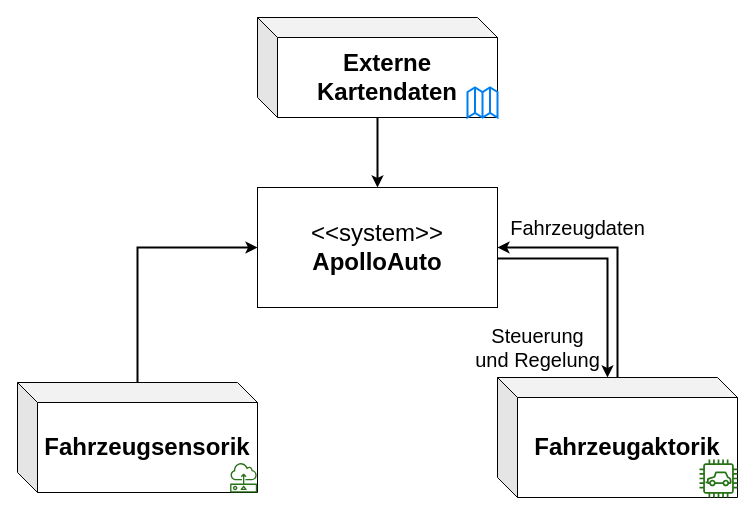
Apollak11/arc42-asciidoc-apolloauto-SSIM keeps this draw.io diagram as images/Fachlicher Kontext.drawio. Above is the earlier version. Source tidied: cells renumbered, new cells numbered last; positions are measured from the earlier drawing's top-left corner, leaving out a move shared by most shapes. Both pictures are drawn from the tidied source at 100%, with x=0, y=0 at pixel (17, 17).
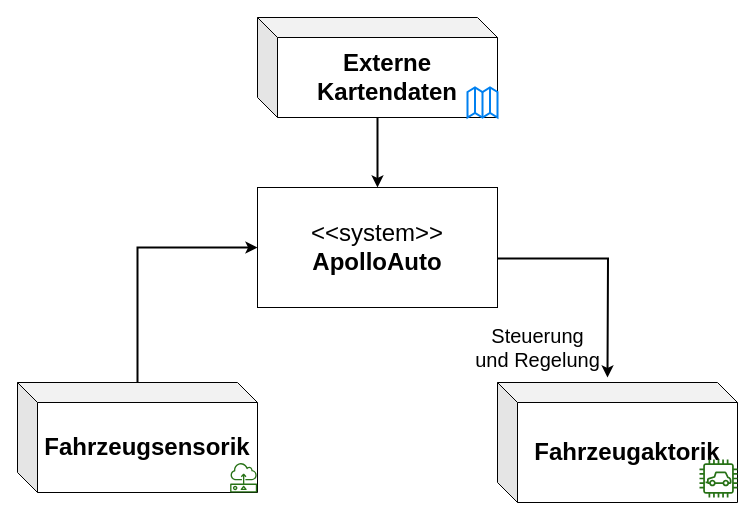
The same diagram, later.

Diff of the diagram source:
```diff
@@
 <mxGraphModel>
   <root>
     <mxCell id="0" />
     <mxCell id="1" parent="0" />
-    <mxCell id="2" value="&lt;div&gt;&lt;font style=&quot;font-size: 20px&quot;&gt;Steuerung &lt;br&gt;&lt;/font&gt;&lt;/div&gt;&lt;div&gt;&lt;font style=&quot;font-size: 20px&quot;&gt;und Regelung&lt;/font&gt;&lt;/div&gt;" style="edgeStyle=orthogonalEdgeStyle;rounded=0;jettySize=auto;html=1;exitX=1;exitY=0.592;exitDx=0;exitDy=0;entryX=0;entryY=0;entryDx=110;entryDy=0;entryPerimeter=0;exitPerimeter=0;strokeWidth=2;" parent="1" edge="1" source="4" target="6">
-      <mxGeometry x="0.74" y="-70" relative="1" as="geometry" />
+    <mxCell id="2" value="&lt;div&gt;&lt;font style=&quot;font-size: 20px&quot;&gt;Steuerung &lt;br&gt;&lt;/font&gt;&lt;/div&gt;&lt;div&gt;&lt;font style=&quot;font-size: 20px&quot;&gt;und Regelung&lt;/font&gt;&lt;/div&gt;" style="edgeStyle=orthogonalEdgeStyle;rounded=0;jettySize=auto;html=1;exitX=1;exitY=0.592;exitDx=0;exitDy=0;exitPerimeter=0;strokeWidth=2;" parent="1" edge="1" source="4">
+      <mxGeometry x="0.74" y="-70" relative="1" as="geometry">
+        <mxPoint x="590" y="360" as="targetPoint" />
+      </mxGeometry>
     </mxCell>
     <mxCell id="3" style="edgeStyle=orthogonalEdgeStyle;rounded=0;jettySize=auto;html=1;exitX=0.5;exitY=0;exitDx=0;exitDy=0;strokeWidth=2;" parent="1" edge="1" source="4">
       <mxGeometry relative="1" as="geometry">
         <mxPoint x="360" y="170" as="targetPoint" />
       </mxGeometry>
     </mxCell>
     <mxCell id="4" value="&lt;div style=&quot;font-size: 24px&quot;&gt;&lt;font style=&quot;font-size: 24px&quot;&gt;&amp;lt;&amp;lt;system&amp;gt;&amp;gt;&lt;/font&gt;&lt;/div&gt;&lt;div style=&quot;font-size: 24px&quot;&gt;&lt;font style=&quot;font-size: 24px&quot;&gt;&lt;b&gt;ApolloAuto&lt;/b&gt;&lt;br&gt;&lt;/font&gt;&lt;/div&gt;" style="rounded=0;whiteSpace=wrap;html=1;" parent="1" vertex="1">
       <mxGeometry x="240" y="170" width="240" height="120" as="geometry" />
     </mxCell>
-    <mxCell id="5" value="&lt;font style=&quot;font-size: 20px&quot;&gt;Fahrzeugdaten&lt;font style=&quot;font-size: 20px&quot;&gt;&lt;br&gt;&lt;/font&gt;&lt;/font&gt;" style="edgeStyle=orthogonalEdgeStyle;rounded=0;jettySize=auto;html=1;entryX=1;entryY=0.5;entryDx=0;entryDy=0;strokeWidth=2;" parent="1" edge="1" source="6" target="4">
-      <mxGeometry x="0.36" y="-20" relative="1" as="geometry" />
-    </mxCell>
     <mxCell id="6" value="&lt;b&gt;&lt;font style=&quot;font-size: 24px&quot;&gt;Fahrzeugaktorik&lt;/font&gt;&lt;/b&gt;" style="shape=cube;whiteSpace=wrap;html=1;boundedLbl=1;backgroundOutline=1;darkOpacity=0.05;darkOpacity2=0.1;direction=east;" parent="1" vertex="1">
-      <mxGeometry x="480" y="360" width="240" height="120" as="geometry" />
+      <mxGeometry x="480" y="365" width="240" height="120" as="geometry" />
     </mxCell>
     <mxCell id="7" style="edgeStyle=orthogonalEdgeStyle;rounded=0;jettySize=auto;html=1;entryX=0;entryY=0.5;entryDx=0;entryDy=0;strokeWidth=2;" parent="1" edge="1" source="8" target="4">
       <mxGeometry relative="1" as="geometry" />
     </mxCell>
     <mxCell id="8" value="&lt;b&gt;&lt;font style=&quot;font-size: 24px&quot;&gt;Fahrzeugsensorik&lt;/font&gt;&lt;/b&gt;" style="shape=cube;whiteSpace=wrap;html=1;boundedLbl=1;backgroundOutline=1;darkOpacity=0.05;darkOpacity2=0.1;direction=east;" parent="1" vertex="1">
       <mxGeometry y="365" width="240" height="110" as="geometry" />
     </mxCell>
     <mxCell id="9" style="edgeStyle=orthogonalEdgeStyle;rounded=0;jettySize=auto;html=1;strokeWidth=2;" parent="1" edge="1" source="10" target="4">
       <mxGeometry relative="1" as="geometry" />
     </mxCell>
     <mxCell id="10" value="&lt;b&gt;&lt;font style=&quot;font-size: 24px&quot;&gt;Externe Kartendaten&lt;br&gt;&lt;/font&gt;&lt;/b&gt;" style="shape=cube;whiteSpace=wrap;html=1;boundedLbl=1;backgroundOutline=1;darkOpacity=0.05;darkOpacity2=0.1;direction=east;" parent="1" vertex="1">
       <mxGeometry x="240" width="240" height="100" as="geometry" />
     </mxCell>
     <mxCell id="11" style="html=1;verticalLabelPosition=bottom;align=center;labelBackgroundColor=#ffffff;verticalAlign=top;strokeWidth=2;strokeColor=#0080F0;shadow=0;dashed=0;shape=mxgraph.ios7.icons.map;" parent="1" vertex="1">
       <mxGeometry x="450" y="70" width="30" height="30" as="geometry" />
     </mxCell>
     <mxCell id="12" style="fontColor=#232F3E;gradientColor=none;fillColor=#277116;strokeColor=none;dashed=0;verticalLabelPosition=bottom;verticalAlign=top;align=center;html=1;fontSize=12;fontStyle=0;shape=mxgraph.aws4.car;" parent="1" vertex="1">
       <mxGeometry x="682" y="442" width="38" height="38" as="geometry" />
     </mxCell>
     <mxCell id="13" style="fontColor=#232F3E;gradientColor=none;fillColor=#277116;strokeColor=none;dashed=0;verticalLabelPosition=bottom;verticalAlign=top;align=center;html=1;fontSize=12;fontStyle=0;shape=mxgraph.aws4.sensor;" parent="1" vertex="1">
       <mxGeometry x="212.3" y="445" width="27.7" height="30" as="geometry" />
     </mxCell>
   </root>
 </mxGraphModel>
```
